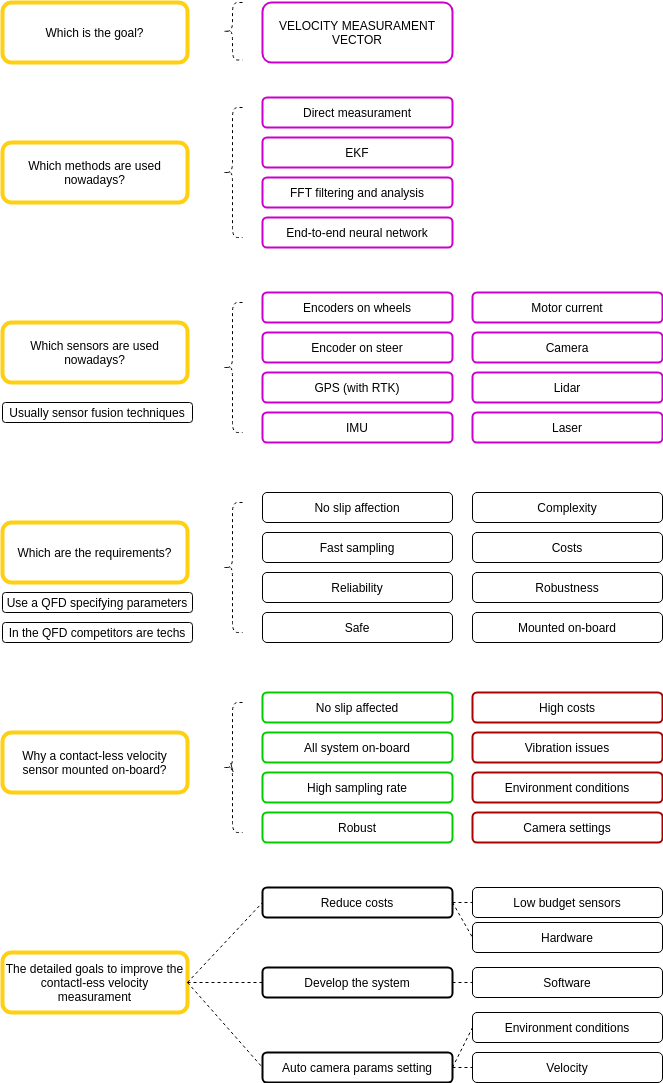
This is flow.png from MatteoSpadetto/race_dv_velocity, a draw.io export, as it was before one commit. Source tidied: cells renumbered, new cells last; positions are measured from the earlier drawing's top-left corner, leaving out a move shared by most shapes.
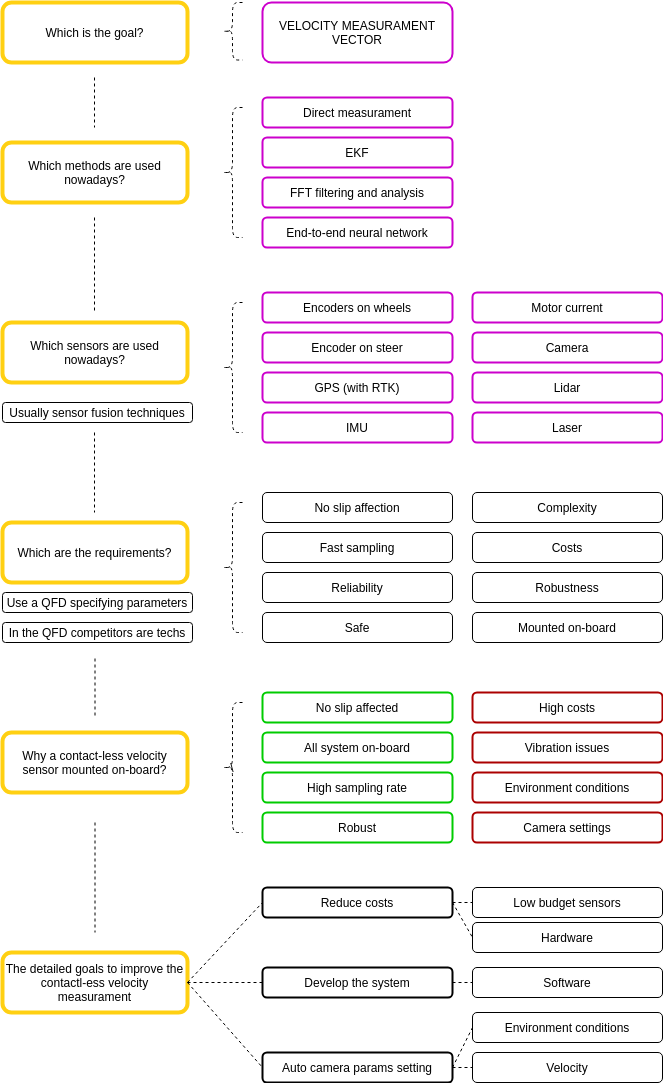
The same file after the commit.

What changed in the source:
```diff
@@ -179,5 +179,20 @@
     <mxCell id="60" style="shape=curlyBracket;whiteSpace=wrap;html=1;rounded=1;strokeWidth=1;dashed=1;strokeColor=#000000;" parent="1" vertex="1">
       <mxGeometry x="220" width="20" height="57.5" as="geometry" />
     </mxCell>
+    <mxCell id="61" style="line;strokeWidth=1;direction=south;html=1;dashed=1;strokeColor=#000000;" parent="1" vertex="1">
+      <mxGeometry x="87.5" y="820" width="10" height="110" as="geometry" />
+    </mxCell>
+    <mxCell id="62" style="line;strokeWidth=1;direction=south;html=1;dashed=1;strokeColor=#000000;" parent="1" vertex="1">
+      <mxGeometry x="87.5" y="656" width="10" height="60" as="geometry" />
+    </mxCell>
+    <mxCell id="63" style="line;strokeWidth=1;direction=south;html=1;dashed=1;strokeColor=#000000;" parent="1" vertex="1">
+      <mxGeometry x="87" y="430" width="10" height="80" as="geometry" />
+    </mxCell>
+    <mxCell id="64" style="line;strokeWidth=1;direction=south;html=1;dashed=1;strokeColor=#000000;" parent="1" vertex="1">
+      <mxGeometry x="87" y="215" width="10" height="95" as="geometry" />
+    </mxCell>
+    <mxCell id="65" style="line;strokeWidth=1;direction=south;html=1;dashed=1;strokeColor=#000000;" parent="1" vertex="1">
+      <mxGeometry x="87" y="75" width="10" height="50" as="geometry" />
+    </mxCell>
   </root>
 </mxGraphModel>
```
